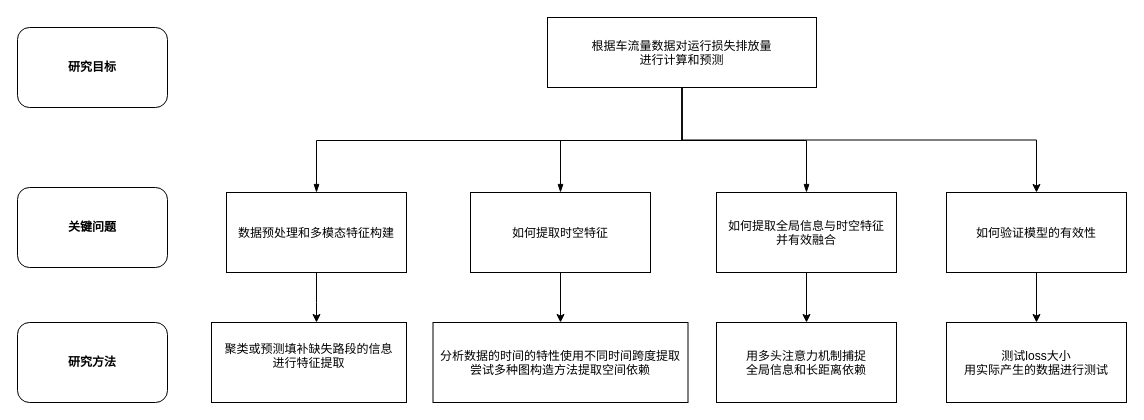
oldblackhui/USTC_class_resources keeps this draw.io diagram as 未命名绘图.drawio. Above is the earlier version. Source tidied: cells renumbered, new cells numbered last; positions are measured from the earlier drawing's top-left corner, leaving out a move shared by most shapes. Both pictures are drawn from the tidied source at 100%, with x=0, y=0 at pixel (17, 17).
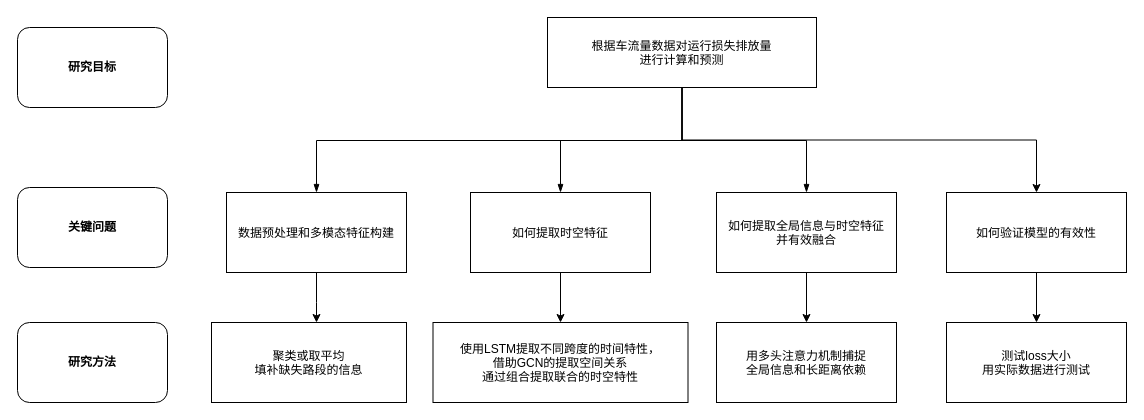
Above is the later version.

Commit message:
整体结构图.drawio

What changed in the source:
```diff
@@
-    <mxCell id="16" value="聚类或预测填补缺失路段的信息&#10;进行特征提取&#10;" parent="1" vertex="1">
+    <mxCell id="16" value="聚类或取平均&#10;填补缺失路段的信息" parent="1" vertex="1">
       <mxGeometry x="194" y="305" width="195" height="80" as="geometry" />
     </mxCell>
@@
-    <mxCell id="19" value="分析数据的时间的特性使用不同时间跨度提取&#10;尝试多种图构造方法提取空间依赖" parent="1" vertex="1">
+    <mxCell id="19" value="使用LSTM提取不同跨度的时间特性，&#10;借助GCN的提取空间关系&#10;通过组合提取联合的时空特性" parent="1" vertex="1">
       <mxGeometry x="415.5" y="305" width="255" height="80" as="geometry" />
     </mxCell>
@@
-    <mxCell id="21" value="测试loss大小&#10;用实际产生的数据进行测试" parent="1" vertex="1">
+    <mxCell id="21" value="测试loss大小&#10;用实际数据进行测试" parent="1" vertex="1">
       <mxGeometry x="929" y="305" width="180" height="80" as="geometry" />
     </mxCell>
```
